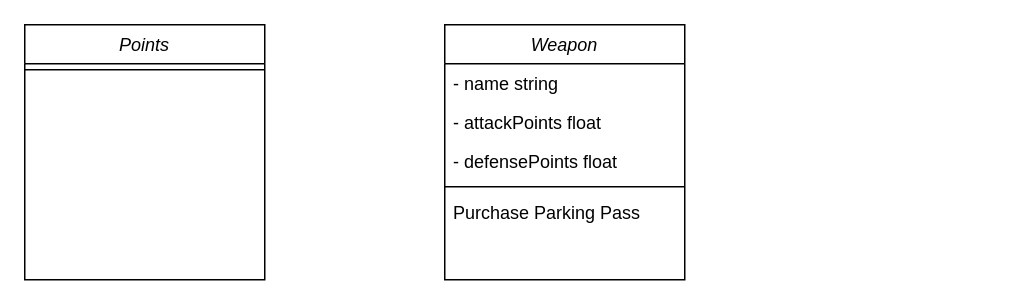
The draw.io diagram docs/Untitled Diagram.drawio in spanishGab/unind-game, before the edit. Source tidied: cells renumbered, new cells numbered last; positions are measured from the earlier drawing's top-left corner, leaving out a move shared by most shapes. Both pictures are drawn from the tidied source at 150%, with x=0, y=0 at pixel (24, 24).
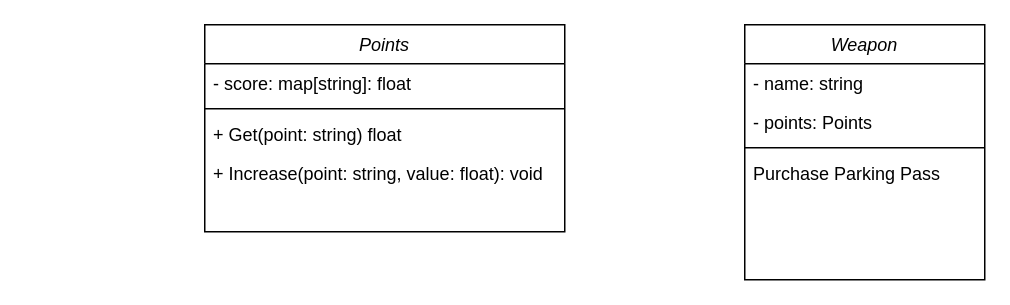
Above is the later version.

Diff of the diagram source:
```diff
@@
 <mxGraphModel>
   <root>
     <mxCell id="0" />
     <mxCell id="1" parent="0" />
     <mxCell id="2" value="Weapon" style="swimlane;fontStyle=2;align=center;verticalAlign=top;horizontal=1;startSize=26;rounded=0;shadow=0;strokeWidth=1;" parent="1" vertex="1">
-      <mxGeometry x="280" width="160" height="170" as="geometry" />
+      <mxGeometry x="480" width="160" height="170" as="geometry" />
     </mxCell>
-    <mxCell id="3" value="- name string" style="text;align=left;verticalAlign=top;spacingLeft=4;spacingRight=4;overflow=hidden;" parent="2" vertex="1">
+    <mxCell id="3" value="- name: string" style="text;align=left;verticalAlign=top;spacingLeft=4;spacingRight=4;overflow=hidden;" parent="2" vertex="1">
       <mxGeometry y="26" width="160" height="26" as="geometry" />
     </mxCell>
-    <mxCell id="4" value="- attackPoints float" style="text;align=left;verticalAlign=top;spacingLeft=4;spacingRight=4;overflow=hidden;rounded=0;shadow=0;html=0;" parent="2" vertex="1">
-      <mxGeometry y="52" width="160" height="26" as="geometry" />
-    </mxCell>
-    <mxCell id="5" value="- defensePoints float" style="text;align=left;verticalAlign=top;spacingLeft=4;spacingRight=4;overflow=hidden;rounded=0;shadow=0;html=0;" parent="2" vertex="1">
-      <mxGeometry y="78" width="160" height="26" as="geometry" />
+    <mxCell id="5" value="- points: Points" style="text;align=left;verticalAlign=top;spacingLeft=4;spacingRight=4;overflow=hidden;rounded=0;shadow=0;html=0;" parent="2" vertex="1">
+      <mxGeometry y="52" width="160" height="26" as="geometry" />
     </mxCell>
     <mxCell id="6" style="line;html=1;strokeWidth=1;align=left;verticalAlign=middle;spacingTop=-1;spacingLeft=3;spacingRight=3;labelPosition=right;" parent="2" vertex="1">
-      <mxGeometry y="104" width="160" height="8" as="geometry" />
+      <mxGeometry y="78" width="160" height="8" as="geometry" />
     </mxCell>
     <mxCell id="7" value="Purchase Parking Pass" style="text;align=left;verticalAlign=top;spacingLeft=4;spacingRight=4;overflow=hidden;" parent="2" vertex="1">
-      <mxGeometry y="112" width="160" height="26" as="geometry" />
+      <mxGeometry y="86" width="160" height="26" as="geometry" />
     </mxCell>
     <mxCell id="8" value="Points" style="swimlane;fontStyle=2;align=center;verticalAlign=top;horizontal=1;startSize=26;rounded=0;shadow=0;strokeWidth=1;" parent="1" vertex="1">
-      <mxGeometry width="160" height="170" as="geometry" />
+      <mxGeometry x="120" width="240" height="138" as="geometry" />
     </mxCell>
-    <mxCell id="9" style="line;html=1;strokeWidth=1;align=left;verticalAlign=middle;spacingTop=-1;spacingLeft=3;spacingRight=3;labelPosition=right;" parent="8" vertex="1">
-      <mxGeometry y="26" width="160" height="8" as="geometry" />
-    </mxCell>
+    <mxCell id="10" value="- score: map[string]: float" style="text;align=left;verticalAlign=top;spacingLeft=4;spacingRight=4;overflow=hidden;" parent="8" vertex="1">
+      <mxGeometry y="26" width="240" height="26" as="geometry" />
+    </mxCell>
+    <mxCell id="11" style="line;html=1;strokeWidth=1;align=left;verticalAlign=middle;spacingTop=-1;spacingLeft=3;spacingRight=3;labelPosition=right;" parent="8" vertex="1">
+      <mxGeometry y="52" width="240" height="8" as="geometry" />
+    </mxCell>
+    <mxCell id="12" value="+ Get(point: string) float" style="text;align=left;verticalAlign=top;spacingLeft=4;spacingRight=4;overflow=hidden;" parent="8" vertex="1">
+      <mxGeometry y="60" width="240" height="26" as="geometry" />
+    </mxCell>
+    <mxCell id="13" value="+ Increase(point: string, value: float): void" style="text;align=left;verticalAlign=top;spacingLeft=4;spacingRight=4;overflow=hidden;" parent="8" vertex="1">
+      <mxGeometry y="86" width="240" height="26" as="geometry" />
+    </mxCell>
+    <mxCell id="14" style="text;align=left;verticalAlign=top;spacingLeft=4;spacingRight=4;overflow=hidden;" parent="8" vertex="1">
+      <mxGeometry y="112" width="240" height="26" as="geometry" />
+    </mxCell>
   </root>
 </mxGraphModel>
```
